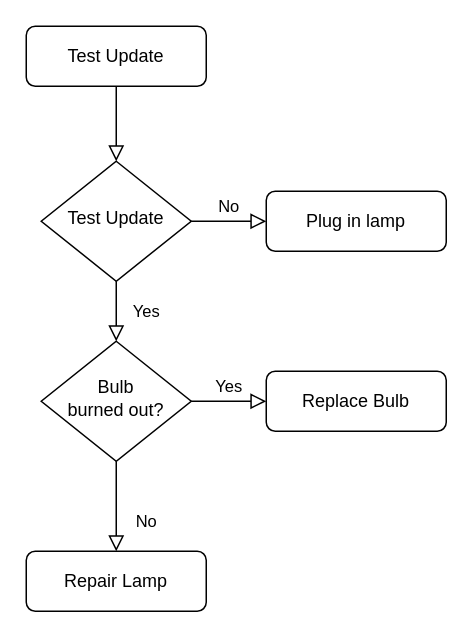
Earlier version of the draw.io diagram Untitled Diagram.drawio (davidnjau/workflows). Source tidied: cells renumbered, new cells numbered last; positions are measured from the earlier drawing's top-left corner, leaving out a move shared by most shapes. Both pictures are drawn from the tidied source at 150%, with x=0, y=0 at pixel (26, 26).
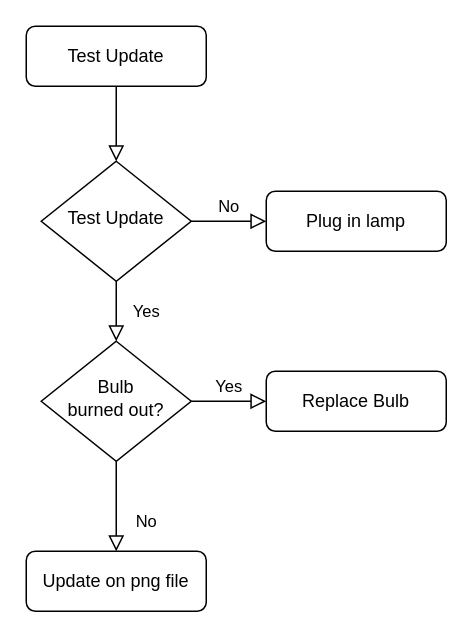
After the change.

Diff of the diagram source:
```diff
@@
 <mxGraphModel>
   <root>
     <mxCell id="0" />
     <mxCell id="1" parent="0" />
     <mxCell id="2" style="rounded=0;html=1;jettySize=auto;fontSize=11;endArrow=block;endFill=0;endSize=8;strokeWidth=1;shadow=0;labelBackgroundColor=none;edgeStyle=orthogonalEdgeStyle;" parent="1" edge="1" source="3" target="6">
       <mxGeometry relative="1" as="geometry" />
     </mxCell>
     <mxCell id="3" value="Test Update" style="rounded=1;whiteSpace=wrap;html=1;fontSize=12;glass=0;strokeWidth=1;shadow=0;" parent="1" vertex="1">
       <mxGeometry width="120" height="40" as="geometry" />
     </mxCell>
     <mxCell id="4" value="Yes" style="rounded=0;html=1;jettySize=auto;fontSize=11;endArrow=block;endFill=0;endSize=8;strokeWidth=1;shadow=0;labelBackgroundColor=none;edgeStyle=orthogonalEdgeStyle;" parent="1" edge="1" source="6" target="10">
       <mxGeometry y="20" relative="1" as="geometry" />
     </mxCell>
     <mxCell id="5" value="No" style="edgeStyle=orthogonalEdgeStyle;rounded=0;html=1;jettySize=auto;fontSize=11;endArrow=block;endFill=0;endSize=8;strokeWidth=1;shadow=0;labelBackgroundColor=none;" parent="1" edge="1" source="6" target="7">
       <mxGeometry y="10" relative="1" as="geometry" />
     </mxCell>
     <mxCell id="6" value="Test Update" style="rhombus;whiteSpace=wrap;html=1;shadow=0;fontFamily=Helvetica;fontSize=12;align=center;strokeWidth=1;spacing=6;spacingTop=-4;" parent="1" vertex="1">
       <mxGeometry x="10" y="90" width="100" height="80" as="geometry" />
     </mxCell>
     <mxCell id="7" value="Plug in lamp" style="rounded=1;whiteSpace=wrap;html=1;fontSize=12;glass=0;strokeWidth=1;shadow=0;" parent="1" vertex="1">
       <mxGeometry x="160" y="110" width="120" height="40" as="geometry" />
     </mxCell>
     <mxCell id="8" value="No" style="rounded=0;html=1;jettySize=auto;fontSize=11;endArrow=block;endFill=0;endSize=8;strokeWidth=1;shadow=0;labelBackgroundColor=none;edgeStyle=orthogonalEdgeStyle;" parent="1" edge="1" source="10" target="11">
       <mxGeometry x="0.33" y="20" relative="1" as="geometry" />
     </mxCell>
     <mxCell id="9" value="Yes" style="edgeStyle=orthogonalEdgeStyle;rounded=0;html=1;jettySize=auto;fontSize=11;endArrow=block;endFill=0;endSize=8;strokeWidth=1;shadow=0;labelBackgroundColor=none;" parent="1" edge="1" source="10" target="12">
       <mxGeometry y="10" relative="1" as="geometry" />
     </mxCell>
     <mxCell id="10" value="Bulb&lt;br&gt;burned out?" style="rhombus;whiteSpace=wrap;html=1;shadow=0;fontFamily=Helvetica;fontSize=12;align=center;strokeWidth=1;spacing=6;spacingTop=-4;" parent="1" vertex="1">
       <mxGeometry x="10" y="210" width="100" height="80" as="geometry" />
     </mxCell>
-    <mxCell id="11" value="Repair Lamp" style="rounded=1;whiteSpace=wrap;html=1;fontSize=12;glass=0;strokeWidth=1;shadow=0;" parent="1" vertex="1">
+    <mxCell id="11" value="Update on png file" style="rounded=1;whiteSpace=wrap;html=1;fontSize=12;glass=0;strokeWidth=1;shadow=0;" parent="1" vertex="1">
       <mxGeometry y="350" width="120" height="40" as="geometry" />
     </mxCell>
     <mxCell id="12" value="Replace Bulb" style="rounded=1;whiteSpace=wrap;html=1;fontSize=12;glass=0;strokeWidth=1;shadow=0;" parent="1" vertex="1">
       <mxGeometry x="160" y="230" width="120" height="40" as="geometry" />
     </mxCell>
   </root>
 </mxGraphModel>
```
